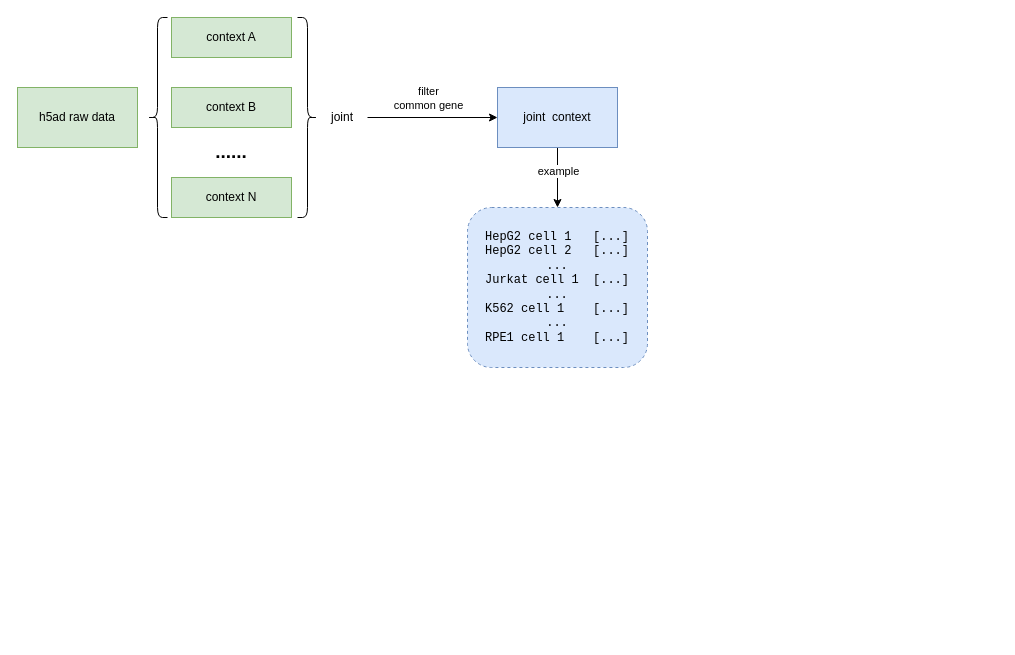
Before: STATE pipeline.drawio in VANILAAAAAAAA/draw-io-workplace, a draw.io diagram. Source tidied: cells renumbered, new cells numbered last; positions are measured from the earlier drawing's top-left corner, leaving out a move shared by most shapes. Both pictures are drawn from the tidied source at 100%, with x=0, y=0 at pixel (17, 17).
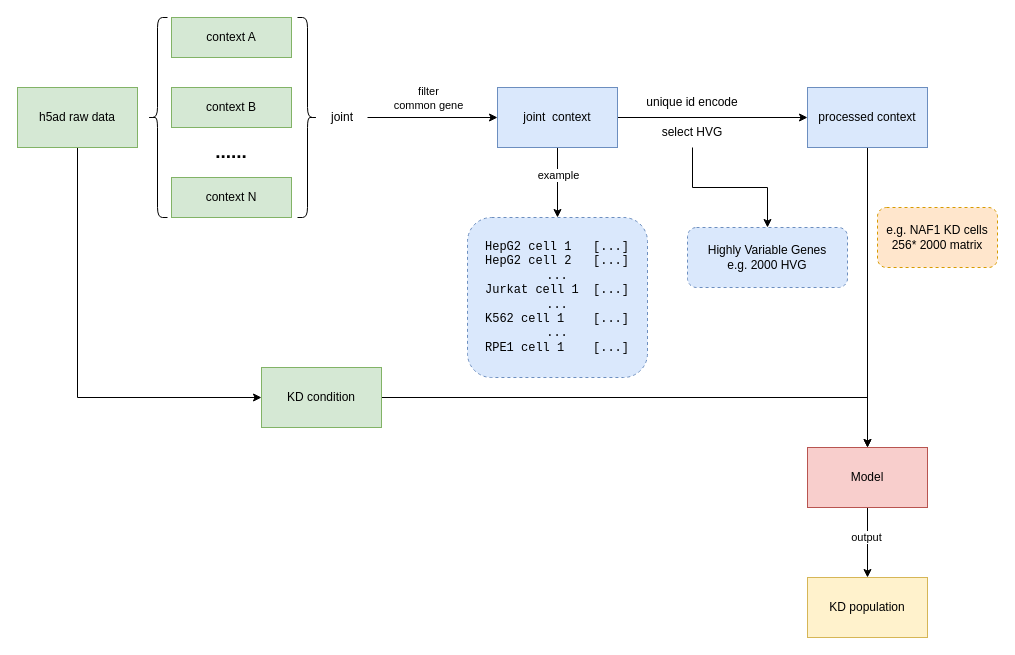
After the change.

Unchanged cells that the change refers to:
```xml
<mxCell id="2" value="h5ad raw data" style="rounded=0;whiteSpace=wrap;html=1;fillColor=#d5e8d4;strokeColor=#82b366;" parent="1" vertex="1">
  <mxGeometry y="70" width="120" height="60" as="geometry" />
</mxCell>
<mxCell id="14" value="joint&amp;nbsp; context" style="rounded=0;whiteSpace=wrap;html=1;fillColor=#dae8fc;strokeColor=#6c8ebf;" parent="1" vertex="1">
  <mxGeometry x="480" y="70" width="120" height="60" as="geometry" />
</mxCell>
```

The edit, as a diff of the source:
```diff
@@
+    <mxCell id="16" style="edgeStyle=orthogonalEdgeStyle;rounded=0;jettySize=auto;html=1;entryX=0;entryY=0.5;entryDx=0;entryDy=0;" parent="1" edge="1" source="2" target="30">
+      <mxGeometry relative="1" as="geometry">
+        <Array as="points">
+          <mxPoint x="60" y="380" />
+        </Array>
+      </mxGeometry>
+    </mxCell>
@@
+    <mxCell id="17" style="edgeStyle=orthogonalEdgeStyle;rounded=0;jettySize=auto;html=1;" parent="1" edge="1" source="14" target="19">
+      <mxGeometry relative="1" as="geometry" />
+    </mxCell>
@@
     <mxCell id="15" value="&lt;pre dir=&quot;ltr&quot;&gt;&lt;code&gt;HepG2 cell 1   [...]&lt;br/&gt;HepG2 cell 2   [...]&lt;br/&gt;...&lt;br/&gt;Jurkat cell 1  [...]&lt;br/&gt;...&lt;br/&gt;K562 cell 1    [...]&lt;br/&gt;...&lt;br/&gt;RPE1 cell 1    [...]&lt;/code&gt;&lt;/pre&gt;" style="rounded=1;whiteSpace=wrap;html=1;fillColor=#dae8fc;strokeColor=#6c8ebf;dashed=1;" parent="1" vertex="1">
-      <mxGeometry x="450" y="190" width="180" height="160" as="geometry" />
+      <mxGeometry x="450" y="200" width="180" height="160" as="geometry" />
     </mxCell>
+    <mxCell id="18" style="edgeStyle=orthogonalEdgeStyle;rounded=0;jettySize=auto;html=1;entryX=0.5;entryY=0;entryDx=0;entryDy=0;" parent="1" edge="1" source="19" target="27">
+      <mxGeometry relative="1" as="geometry" />
+    </mxCell>
+    <mxCell id="19" value="processed context" style="rounded=0;whiteSpace=wrap;html=1;fillColor=#dae8fc;strokeColor=#6c8ebf;" parent="1" vertex="1">
+      <mxGeometry x="790" y="70" width="120" height="60" as="geometry" />
+    </mxCell>
+    <mxCell id="20" style="group;" parent="1" vertex="1">
+      <mxGeometry x="620" y="70" width="110" height="60" as="geometry" />
+    </mxCell>
+    <mxCell id="21" value="unique id encode" style="text;html=1;whiteSpace=wrap;strokeColor=none;fillColor=none;align=center;verticalAlign=middle;rounded=0;" parent="20" vertex="1">
+      <mxGeometry width="110" height="30" as="geometry" />
+    </mxCell>
+    <mxCell id="22" value="select&amp;nbsp;HVG" style="text;html=1;whiteSpace=wrap;strokeColor=none;fillColor=none;align=center;verticalAlign=middle;rounded=0;" parent="20" vertex="1">
+      <mxGeometry y="30" width="110" height="30" as="geometry" />
+    </mxCell>
+    <mxCell id="23" value="Highly Variable Genes&lt;div&gt;e.g. 2000 HVG&lt;/div&gt;" style="rounded=1;whiteSpace=wrap;html=1;dashed=1;fillColor=#dae8fc;strokeColor=#6c8ebf;" parent="1" vertex="1">
+      <mxGeometry x="670" y="210" width="160" height="60" as="geometry" />
+    </mxCell>
+    <mxCell id="24" style="edgeStyle=orthogonalEdgeStyle;rounded=0;jettySize=auto;html=1;entryX=0.5;entryY=0;entryDx=0;entryDy=0;" parent="1" edge="1" source="22" target="23">
+      <mxGeometry relative="1" as="geometry" />
+    </mxCell>
+    <mxCell id="25" style="edgeStyle=orthogonalEdgeStyle;rounded=0;jettySize=auto;html=1;" parent="1" edge="1" source="27" target="31">
+      <mxGeometry relative="1" as="geometry" />
+    </mxCell>
+    <mxCell id="26" value="output" style="edgeLabel;html=1;align=center;verticalAlign=middle;" parent="25" vertex="1">
+      <mxGeometry x="-0.17" y="-2" relative="1" as="geometry" />
+    </mxCell>
+    <mxCell id="27" value="Model" style="rounded=0;whiteSpace=wrap;html=1;fillColor=#f8cecc;strokeColor=#b85450;" parent="1" vertex="1">
+      <mxGeometry x="790" y="430" width="120" height="60" as="geometry" />
+    </mxCell>
+    <mxCell id="28" value="e.g.&amp;nbsp;&lt;span style=&quot;background-color: transparent; color: light-dark(rgb(0, 0, 0), rgb(255, 255, 255));&quot;&gt;NAF1 KD cells&lt;/span&gt;&lt;div&gt;256* 2000 matrix&lt;span style=&quot;background-color: transparent; color: light-dark(rgb(0, 0, 0), rgb(255, 255, 255));&quot;&gt;&lt;/span&gt;&lt;/div&gt;" style="rounded=1;whiteSpace=wrap;html=1;dashed=1;fillColor=#ffe6cc;strokeColor=#d79b00;" parent="1" vertex="1">
+      <mxGeometry x="860" y="190" width="120" height="60" as="geometry" />
+    </mxCell>
+    <mxCell id="29" style="edgeStyle=orthogonalEdgeStyle;rounded=0;jettySize=auto;html=1;entryX=0.5;entryY=0;entryDx=0;entryDy=0;" parent="1" edge="1" source="30" target="27">
+      <mxGeometry relative="1" as="geometry" />
+    </mxCell>
+    <mxCell id="30" value="KD condition" style="rounded=0;whiteSpace=wrap;html=1;fillColor=#d5e8d4;strokeColor=#82b366;" parent="1" vertex="1">
+      <mxGeometry x="244" y="350" width="120" height="60" as="geometry" />
+    </mxCell>
+    <mxCell id="31" value="KD population" style="rounded=0;whiteSpace=wrap;html=1;fillColor=#fff2cc;strokeColor=#d6b656;" parent="1" vertex="1">
+      <mxGeometry x="790" y="560" width="120" height="60" as="geometry" />
+    </mxCell>
```
